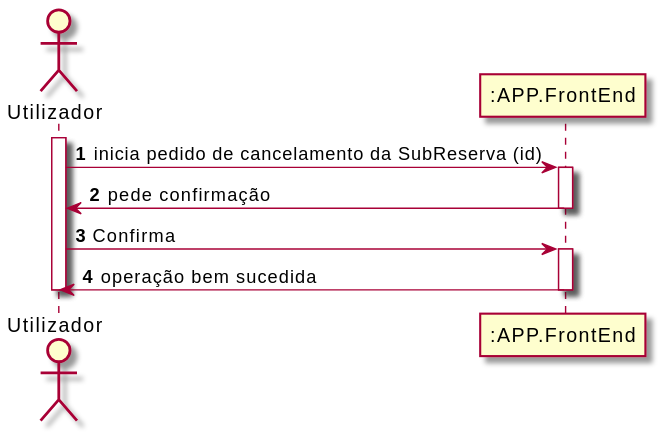
The PlantUML diagram Documentos/Sprint4/UC6/UC6_SSD.svg in UPskillDOTNET/Jakim-das-Coives-S.A., before a commit.
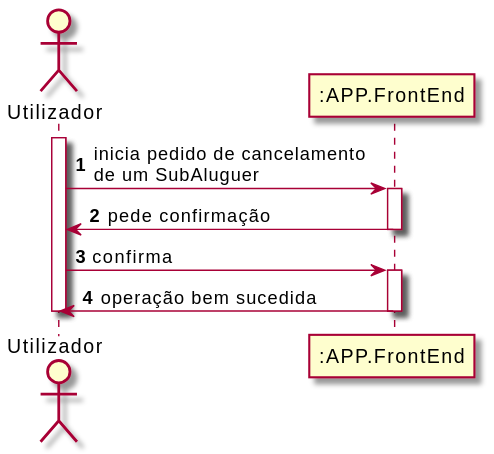
Above is the later version.

What changed in the source:
```diff
@@ -1,20 +1,20 @@
 @startuml
 autonumber
-actor "Utilizador" as User
+actor "Utilizador" as U
 participant ":APP.FrontEnd" as APP
 
-activate User
-User -> "APP" : inicia pedido de cancelamento da SubReserva (id)
-activate "APP"
+activate U
+U -> APP : inicia pedido de cancelamento \nde um SubAluguer
+activate APP
 
-"APP" -> User : pede confirmação
+APP -> U : pede confirmação
 deactivate "APP"
 
-User -> "APP" : Confirma
-activate "APP"
+U -> APP : confirma
+activate APP
 
-"APP" -> User : operação bem sucedida
-deactivate "APP"
+APP -> U : operação bem sucedida
+deactivate APP
 
-deactivate User
+deactivate U
 @enduml
```
